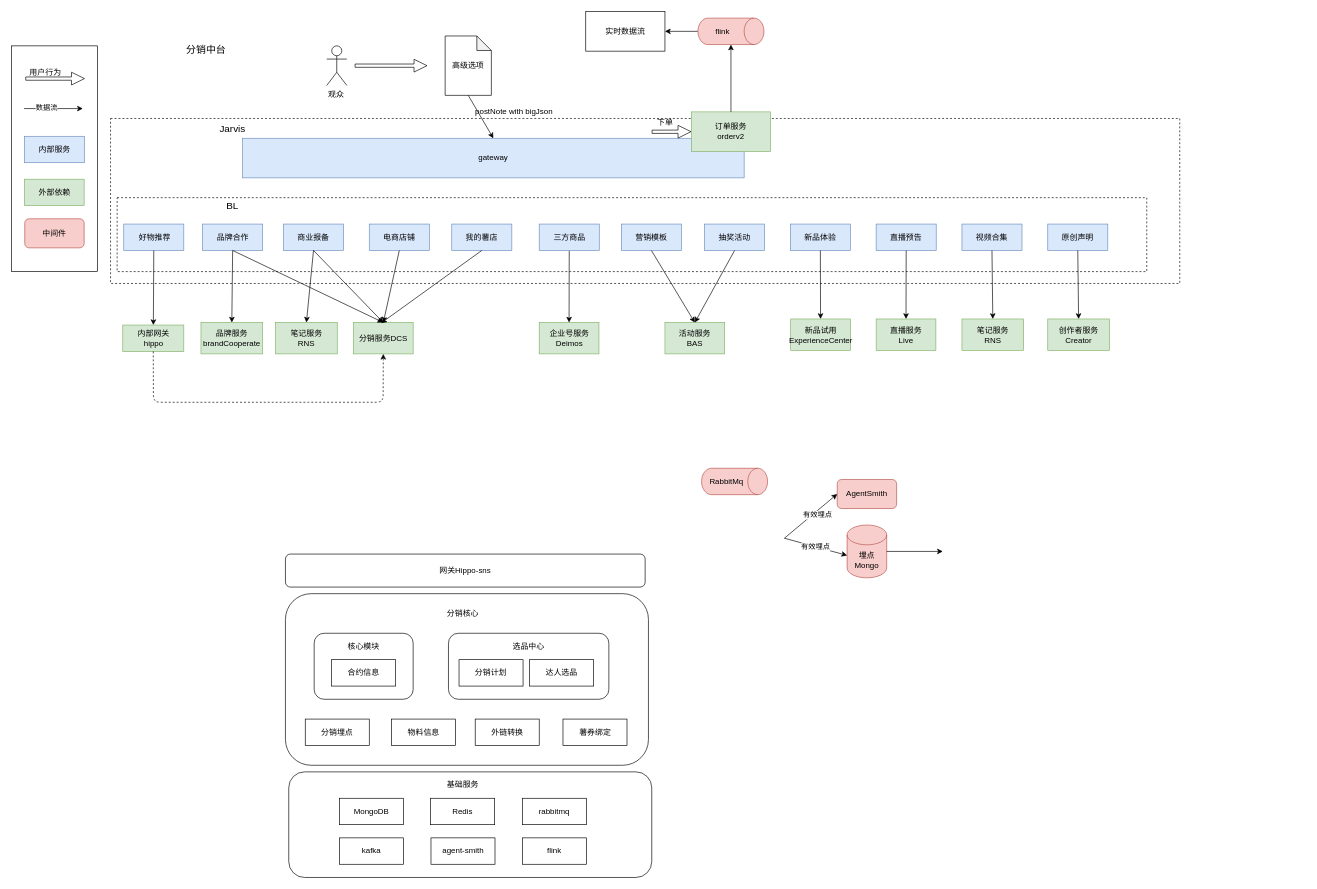
This is page "Page-1" (1 of 2) of xiaohongshu/高级选项架构图.drawio from windfansy/drawio, a draw.io file, before an edit. Source tidied: cells renumbered, new cells numbered last; positions are measured from the earlier drawing's top-left corner, leaving out a move shared by most shapes. Both pictures are drawn from the tidied source at 66%, with x=0, y=0 at pixel (11, 11).
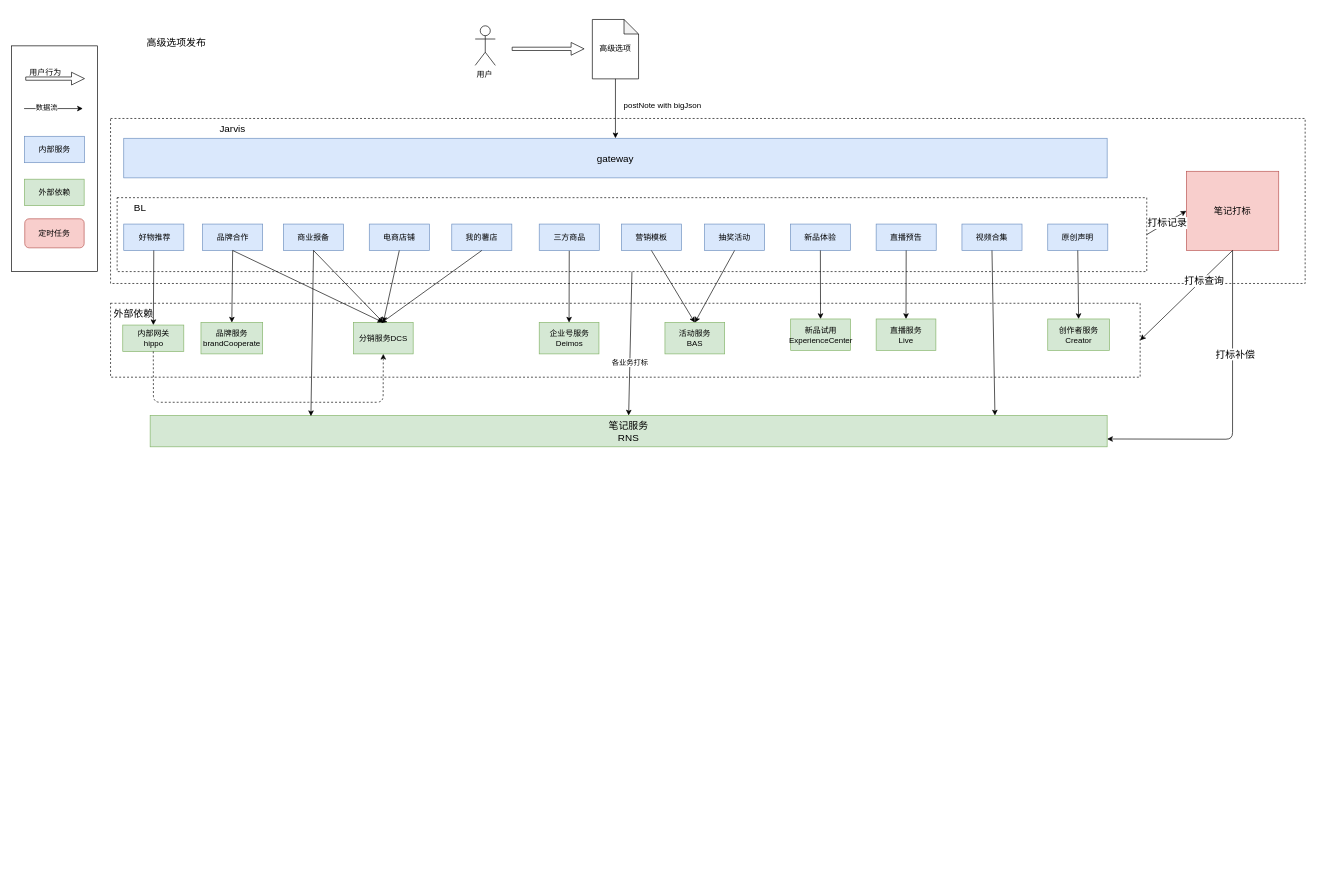
Above is the later version.

Commit message (it also covers changes not shown here):
Update 高级选项架构图.drawio

The change refers to these unchanged cells:
```xml
<mxCell id="3" style="rounded=0;whiteSpace=wrap;html=1;dashed=1;fontSize=15;" parent="1" vertex="1">
  <mxGeometry x="160" y="282" width="1560" height="112" as="geometry" />
</mxCell>
<mxCell id="62" value="商业报备" style="rounded=0;whiteSpace=wrap;html=1;fillColor=#dae8fc;strokeColor=#6c8ebf;" parent="1" vertex="1">
  <mxGeometry x="412" y="322" width="91" height="40" as="geometry" />
</mxCell>
<mxCell id="70" value="视频合集" style="rounded=0;whiteSpace=wrap;html=1;fillColor=#dae8fc;strokeColor=#6c8ebf;" parent="1" vertex="1">
  <mxGeometry x="1440" y="322" width="91" height="40" as="geometry" />
</mxCell>
```

Diff of the diagram source:
```diff
@@
+    <mxCell id="93" style="rounded=0;whiteSpace=wrap;html=1;dashed=1;fontSize=15;" parent="1" vertex="1">
+      <mxGeometry x="150" y="442" width="1560" height="112" as="geometry" />
+    </mxCell>
     <mxCell id="2" style="rounded=0;whiteSpace=wrap;html=1;dashed=1;fontSize=15;" parent="1" vertex="1">
-      <mxGeometry x="150" y="162" width="1620" height="250" as="geometry" />
+      <mxGeometry x="150" y="162" width="1810" height="250" as="geometry" />
     </mxCell>
@@
-    <mxCell id="5" style="rounded=1;whiteSpace=wrap;html=1;" parent="1" vertex="1">
-      <mxGeometry x="420" y="1152" width="550" height="160" as="geometry" />
-    </mxCell>
-    <mxCell id="6" style="rounded=1;whiteSpace=wrap;html=1;" parent="1" vertex="1">
-      <mxGeometry x="415" y="882" width="550" height="260" as="geometry" />
-    </mxCell>
-    <mxCell id="7" style="rounded=1;whiteSpace=wrap;html=1;" parent="1" vertex="1">
-      <mxGeometry x="662" y="942" width="243" height="100" as="geometry" />
-    </mxCell>
-    <mxCell id="8" style="rounded=1;whiteSpace=wrap;html=1;" parent="1" vertex="1">
-      <mxGeometry x="458.5" y="942" width="150" height="100" as="geometry" />
-    </mxCell>
-    <mxCell id="9" value="观众" style="shape=umlActor;verticalLabelPosition=bottom;verticalAlign=top;html=1;align=left;" parent="1" vertex="1">
-      <mxGeometry x="477.5" y="52" width="30.5" height="60" as="geometry" />
+    <mxCell id="9" value="用户" style="shape=umlActor;verticalLabelPosition=bottom;verticalAlign=top;html=1;align=left;" parent="1" vertex="1">
+      <mxGeometry x="702.5" y="21.6" width="30.5" height="60" as="geometry" />
     </mxCell>
-    <mxCell id="10" value="gateway" style="rounded=0;whiteSpace=wrap;html=1;fillColor=#dae8fc;strokeColor=#6c8ebf;" parent="1" vertex="1">
-      <mxGeometry x="350" y="192" width="760" height="60" as="geometry" />
+    <mxCell id="10" value="gateway" style="rounded=0;whiteSpace=wrap;html=1;fillColor=#dae8fc;strokeColor=#6c8ebf;fontSize=15;" parent="1" vertex="1">
+      <mxGeometry x="170" y="192" width="1490" height="60" as="geometry" />
     </mxCell>
@@
-    <mxCell id="12" value="埋点Mongo" style="shape=cylinder3;whiteSpace=wrap;html=1;boundedLbl=1;backgroundOutline=1;size=15;align=center;fillColor=#f8cecc;strokeColor=#b85450;" parent="1" vertex="1">
-      <mxGeometry x="1266" y="778" width="60" height="80" as="geometry" />
-    </mxCell>
-    <mxCell id="13" value="AgentSmith" style="rounded=1;whiteSpace=wrap;html=1;align=center;fillColor=#f8cecc;strokeColor=#b85450;" parent="1" vertex="1">
-      <mxGeometry x="1251" y="709" width="90" height="44" as="geometry" />
-    </mxCell>
-    <mxCell id="14" value="实时数据流" style="rounded=0;whiteSpace=wrap;html=1;" parent="1" vertex="1">
-      <mxGeometry x="870" width="120" height="60" as="geometry" />
-    </mxCell>
-    <mxCell id="15" value="订单服务&lt;br&gt;orderv2" style="rounded=0;whiteSpace=wrap;html=1;fillColor=#d5e8d4;strokeColor=#82b366;" parent="1" vertex="1">
-      <mxGeometry x="1030" y="152" width="120" height="60" as="geometry" />
-    </mxCell>
-    <mxCell id="16" style="edgeStyle=orthogonalEdgeStyle;rounded=0;jettySize=auto;html=1;" parent="1" edge="1" source="17" target="14">
-      <mxGeometry relative="1" as="geometry" />
-    </mxCell>
-    <mxCell id="17" value="flink" style="shape=cylinder3;whiteSpace=wrap;html=1;boundedLbl=1;backgroundOutline=1;size=15;align=center;direction=south;fillColor=#f8cecc;strokeColor=#b85450;" parent="1" vertex="1">
-      <mxGeometry x="1040" y="10" width="100" height="40" as="geometry" />
-    </mxCell>
-    <mxCell id="18" value="RabbitMq" style="shape=cylinder3;whiteSpace=wrap;html=1;boundedLbl=1;backgroundOutline=1;size=15;align=center;direction=south;fillColor=#f8cecc;strokeColor=#b85450;" parent="1" vertex="1">
-      <mxGeometry x="1045.5" y="692" width="100" height="40" as="geometry" />
-    </mxCell>
     <mxCell id="19" value="高级选项" style="shape=note;whiteSpace=wrap;html=1;backgroundOutline=1;darkOpacity=0.05;align=center;size=22;" parent="1" vertex="1">
-      <mxGeometry x="657" y="37" width="70" height="90" as="geometry" />
+      <mxGeometry x="880" y="12" width="70" height="90" as="geometry" />
     </mxCell>
@@
-    <mxCell id="23" value="有效埋点" style="endArrow=classic;html=1;entryX=0;entryY=0.5;entryDx=0;entryDy=0;exitX=1;exitY=0.5;exitDx=0;exitDy=0;" parent="1" edge="1" target="13">
-      <mxGeometry x="0.17" y="-5" relative="1" as="geometry">
-        <mxPoint x="1171" y="798" as="sourcePoint" />
-      </mxGeometry>
-    </mxCell>
-    <mxCell id="24" value="有效埋点" style="endArrow=classic;html=1;entryX=0;entryY=0.5;entryDx=0;entryDy=0;entryPerimeter=0;exitX=1;exitY=0.5;exitDx=0;exitDy=0;" parent="1" edge="1">
-      <mxGeometry relative="1" as="geometry">
-        <mxPoint x="1171" y="798" as="sourcePoint" />
-        <mxPoint x="1266" y="824" as="targetPoint" />
-      </mxGeometry>
-    </mxCell>
-    <mxCell id="25" style="endArrow=classic;html=1;exitX=1;exitY=0.5;exitDx=0;exitDy=0;exitPerimeter=0;" parent="1" edge="1" source="12">
-      <mxGeometry relative="1" as="geometry">
-        <mxPoint x="1411" y="818" as="targetPoint" />
-      </mxGeometry>
-    </mxCell>
-    <mxCell id="26" style="shape=flexArrow;endArrow=classic;html=1;endWidth=13.333333333333334;endSize=6.225;width=5;" parent="1" edge="1">
-      <mxGeometry relative="1" as="geometry">
-        <mxPoint x="970" y="182.2" as="sourcePoint" />
-        <mxPoint x="1030" y="182" as="targetPoint" />
-      </mxGeometry>
-    </mxCell>
-    <mxCell id="27" value="下单" style="text;html=1;align=center;verticalAlign=middle;" parent="1" vertex="1">
-      <mxGeometry x="970" y="159" width="40" height="20" as="geometry" />
-    </mxCell>
-    <mxCell id="28" style="endArrow=classic;html=1;entryX=1;entryY=0.5;entryDx=0;entryDy=0;entryPerimeter=0;exitX=0.5;exitY=0;exitDx=0;exitDy=0;" parent="1" edge="1" source="15" target="17">
-      <mxGeometry relative="1" as="geometry" />
-    </mxCell>
     <mxCell id="29" value="postNote with bigJson" style="text;html=1;strokeColor=none;fillColor=none;align=center;verticalAlign=middle;whiteSpace=wrap;rounded=0;" parent="1" vertex="1">
-      <mxGeometry x="699" y="142" width="125" height="20" as="geometry" />
+      <mxGeometry x="924" y="132" width="125" height="20" as="geometry" />
     </mxCell>
     <mxCell id="30" style="shape=flexArrow;endArrow=classic;html=1;endWidth=13.333333333333334;endSize=6.225;width=5;" parent="1" edge="1">
       <mxGeometry relative="1" as="geometry">
-        <mxPoint x="520" y="82" as="sourcePoint" />
-        <mxPoint x="630" y="82" as="targetPoint" />
+        <mxPoint x="758" y="56.5" as="sourcePoint" />
+        <mxPoint x="868" y="56.5" as="targetPoint" />
       </mxGeometry>
     </mxCell>
-    <mxCell id="31" value="合约信息" style="rounded=0;whiteSpace=wrap;html=1;" parent="1" vertex="1">
-      <mxGeometry x="485" y="982" width="97" height="40" as="geometry" />
-    </mxCell>
-    <mxCell id="32" value="达人选品" style="rounded=0;whiteSpace=wrap;html=1;" parent="1" vertex="1">
-      <mxGeometry x="785" y="982" width="97" height="40" as="geometry" />
-    </mxCell>
-    <mxCell id="33" value="分销计划" style="rounded=0;whiteSpace=wrap;html=1;" parent="1" vertex="1">
-      <mxGeometry x="678" y="982" width="97" height="40" as="geometry" />
-    </mxCell>
-    <mxCell id="34" value="核心模块" style="text;html=1;strokeColor=none;fillColor=none;align=center;verticalAlign=middle;whiteSpace=wrap;rounded=0;" parent="1" vertex="1">
-      <mxGeometry x="508" y="952" width="51" height="20" as="geometry" />
-    </mxCell>
-    <mxCell id="35" value="选品中心" style="text;html=1;strokeColor=none;fillColor=none;align=center;verticalAlign=middle;whiteSpace=wrap;rounded=0;" parent="1" vertex="1">
-      <mxGeometry x="758" y="952" width="51" height="20" as="geometry" />
-    </mxCell>
-    <mxCell id="36" value="分销埋点" style="rounded=0;whiteSpace=wrap;html=1;" parent="1" vertex="1">
-      <mxGeometry x="445" y="1072" width="97" height="40" as="geometry" />
-    </mxCell>
-    <mxCell id="37" value="物料信息" style="rounded=0;whiteSpace=wrap;html=1;" parent="1" vertex="1">
-      <mxGeometry x="575.5" y="1072" width="97" height="40" as="geometry" />
-    </mxCell>
-    <mxCell id="38" value="外链转换" style="rounded=0;whiteSpace=wrap;html=1;" parent="1" vertex="1">
-      <mxGeometry x="702.5" y="1072" width="97" height="40" as="geometry" />
-    </mxCell>
-    <mxCell id="39" value="薯券绑定" style="rounded=0;whiteSpace=wrap;html=1;" parent="1" vertex="1">
-      <mxGeometry x="835.5" y="1072" width="97" height="40" as="geometry" />
-    </mxCell>
-    <mxCell id="40" value="分销核心" style="text;html=1;strokeColor=none;fillColor=none;align=center;verticalAlign=middle;whiteSpace=wrap;rounded=0;" parent="1" vertex="1">
-      <mxGeometry x="623" y="892" width="122" height="40" as="geometry" />
-    </mxCell>
-    <mxCell id="41" value="MongoDB" style="rounded=0;whiteSpace=wrap;html=1;" parent="1" vertex="1">
-      <mxGeometry x="497" y="1192" width="97" height="40" as="geometry" />
-    </mxCell>
-    <mxCell id="42" value="Redis" style="rounded=0;whiteSpace=wrap;html=1;" parent="1" vertex="1">
-      <mxGeometry x="635" y="1192" width="97" height="40" as="geometry" />
-    </mxCell>
-    <mxCell id="43" value="rabbitmq" style="rounded=0;whiteSpace=wrap;html=1;" parent="1" vertex="1">
-      <mxGeometry x="774" y="1192" width="97" height="40" as="geometry" />
-    </mxCell>
-    <mxCell id="44" value="基础服务" style="text;html=1;strokeColor=none;fillColor=none;align=center;verticalAlign=middle;whiteSpace=wrap;rounded=0;" parent="1" vertex="1">
-      <mxGeometry x="623" y="1152" width="122" height="40" as="geometry" />
-    </mxCell>
-    <mxCell id="45" value="网关Hippo-sns" style="rounded=1;whiteSpace=wrap;html=1;" parent="1" vertex="1">
-      <mxGeometry x="415" y="822" width="545" height="50" as="geometry" />
-    </mxCell>
-    <mxCell id="46" value="kafka" style="rounded=0;whiteSpace=wrap;html=1;" parent="1" vertex="1">
-      <mxGeometry x="497" y="1252" width="97" height="40" as="geometry" />
-    </mxCell>
-    <mxCell id="47" value="agent-smith" style="rounded=0;whiteSpace=wrap;html=1;" parent="1" vertex="1">
-      <mxGeometry x="635.5" y="1252" width="97" height="40" as="geometry" />
-    </mxCell>
-    <mxCell id="48" value="flink" style="rounded=0;whiteSpace=wrap;html=1;" parent="1" vertex="1">
-      <mxGeometry x="774" y="1252" width="97" height="40" as="geometry" />
-    </mxCell>
-    <mxCell id="49" value="分销中台" style="text;html=1;strokeColor=none;fillColor=none;align=center;verticalAlign=middle;whiteSpace=wrap;rounded=0;fontSize=15;" parent="1" vertex="1">
-      <mxGeometry x="240" y="31.6" width="110" height="50" as="geometry" />
+    <mxCell id="49" value="高级选项发布" style="text;html=1;strokeColor=none;fillColor=none;align=center;verticalAlign=middle;whiteSpace=wrap;rounded=0;fontSize=15;" parent="1" vertex="1">
+      <mxGeometry x="168.5" y="12" width="161.5" height="70" as="geometry" />
     </mxCell>
@@
-    <mxCell id="57" value="中间件" style="rounded=1;whiteSpace=wrap;html=1;align=center;fillColor=#f8cecc;strokeColor=#b85450;" parent="1" vertex="1">
+    <mxCell id="57" value="定时任务" style="rounded=1;whiteSpace=wrap;html=1;align=center;fillColor=#f8cecc;strokeColor=#b85450;" parent="1" vertex="1">
       <mxGeometry x="20" y="314" width="90" height="44" as="geometry" />
     </mxCell>
@@
     <mxCell id="60" value="BL" style="text;html=1;strokeColor=none;fillColor=none;align=center;verticalAlign=middle;whiteSpace=wrap;rounded=0;fontSize=15;" parent="1" vertex="1">
-      <mxGeometry x="280" y="268" width="110" height="50" as="geometry" />
+      <mxGeometry x="140" y="272" width="110" height="50" as="geometry" />
     </mxCell>
@@
-    <mxCell id="74" value="笔记服务&lt;br&gt;RNS" style="rounded=0;whiteSpace=wrap;html=1;fillColor=#d5e8d4;strokeColor=#82b366;" parent="1" vertex="1">
-      <mxGeometry x="400" y="471.2" width="93.5" height="47.5" as="geometry" />
+    <mxCell id="74" value="笔记服务&lt;br style=&quot;font-size: 15px;&quot;&gt;RNS" style="rounded=0;whiteSpace=wrap;html=1;fillColor=#d5e8d4;strokeColor=#82b366;fontSize=15;" parent="1" vertex="1">
+      <mxGeometry x="210" y="612" width="1450" height="47.5" as="geometry" />
     </mxCell>
@@
-    <mxCell id="77" style="endArrow=classic;html=1;fontSize=15;exitX=0.5;exitY=1;exitDx=0;exitDy=0;entryX=0.5;entryY=0;entryDx=0;entryDy=0;" parent="1" edge="1" source="62" target="74">
+    <mxCell id="77" style="endArrow=classic;html=1;fontSize=15;exitX=0.5;exitY=1;exitDx=0;exitDy=0;entryX=0.168;entryY=0.021;entryDx=0;entryDy=0;entryPerimeter=0;" parent="1" edge="1" source="62" target="74">
       <mxGeometry relative="1" as="geometry" />
     </mxCell>
@@
-    <mxCell id="88" value="笔记服务&lt;br&gt;RNS" style="rounded=0;whiteSpace=wrap;html=1;fillColor=#d5e8d4;strokeColor=#82b366;" parent="1" vertex="1">
-      <mxGeometry x="1440" y="465.8" width="93.5" height="47.5" as="geometry" />
-    </mxCell>
@@
-    <mxCell id="91" style="endArrow=classic;html=1;exitX=0.5;exitY=1;exitDx=0;exitDy=0;entryX=0.5;entryY=0;entryDx=0;entryDy=0;" parent="1" edge="1" source="70" target="88">
-      <mxGeometry relative="1" as="geometry" />
+    <mxCell id="91" style="endArrow=classic;html=1;exitX=0.5;exitY=1;exitDx=0;exitDy=0;" parent="1" edge="1" source="70">
+      <mxGeometry relative="1" as="geometry">
+        <mxPoint x="1490" y="612" as="targetPoint" />
+      </mxGeometry>
     </mxCell>
@@
+    <mxCell id="94" style="endArrow=classic;html=1;fontSize=15;exitX=0.5;exitY=1;exitDx=0;exitDy=0;entryX=0.5;entryY=0;entryDx=0;entryDy=0;" parent="1" edge="1" source="3" target="74">
+      <mxGeometry relative="1" as="geometry" />
+    </mxCell>
+    <mxCell id="95" value="各业务打标" style="edgeLabel;html=1;align=center;verticalAlign=middle;" parent="94" vertex="1">
+      <mxGeometry x="0.27" relative="1" as="geometry" />
+    </mxCell>
+    <mxCell id="96" value="外部依赖" style="text;html=1;strokeColor=none;fillColor=none;align=center;verticalAlign=middle;whiteSpace=wrap;rounded=0;fontSize=15;" parent="1" vertex="1">
+      <mxGeometry x="130" y="432" width="110" height="50" as="geometry" />
+    </mxCell>
+    <mxCell id="97" value="笔记打标" style="rounded=0;whiteSpace=wrap;html=1;fillColor=#f8cecc;strokeColor=#b85450;fontSize=14;" parent="1" vertex="1">
+      <mxGeometry x="1780" y="242" width="140" height="120" as="geometry" />
+    </mxCell>
+    <mxCell id="98" style="endArrow=classic;html=1;exitX=0.5;exitY=1;exitDx=0;exitDy=0;entryX=1;entryY=0.5;entryDx=0;entryDy=0;" parent="1" edge="1" source="97" target="93">
+      <mxGeometry relative="1" as="geometry" />
+    </mxCell>
+    <mxCell id="99" value="打标查询" style="edgeLabel;html=1;align=center;verticalAlign=middle;fontSize=15;" parent="98" vertex="1">
+      <mxGeometry x="-0.34" y="3" relative="1" as="geometry">
+        <mxPoint y="-1" as="offset" />
+      </mxGeometry>
+    </mxCell>
+    <mxCell id="100" style="endArrow=classic;html=1;exitX=1;exitY=0.5;exitDx=0;exitDy=0;" parent="1" edge="1" source="3">
+      <mxGeometry relative="1" as="geometry">
+        <mxPoint x="1780" y="302" as="targetPoint" />
+        <Array as="points">
+          <mxPoint x="1780" y="302" />
+        </Array>
+      </mxGeometry>
+    </mxCell>
+    <mxCell id="101" value="打标记录" style="edgeLabel;html=1;align=center;verticalAlign=middle;fontSize=15;" parent="100" vertex="1">
+      <mxGeometry relative="1" as="geometry" />
+    </mxCell>
+    <mxCell id="102" style="endArrow=classic;html=1;entryX=1;entryY=0.75;entryDx=0;entryDy=0;" parent="1" edge="1" target="74">
+      <mxGeometry relative="1" as="geometry">
+        <mxPoint x="1850" y="362" as="sourcePoint" />
+        <Array as="points">
+          <mxPoint x="1850" y="648" />
+        </Array>
+      </mxGeometry>
+    </mxCell>
+    <mxCell id="103" value="打标补偿" style="edgeLabel;html=1;align=center;verticalAlign=middle;fontSize=15;" parent="102" vertex="1">
+      <mxGeometry x="-0.34" y="3" relative="1" as="geometry">
+        <mxPoint y="-1" as="offset" />
+      </mxGeometry>
+    </mxCell>
```
